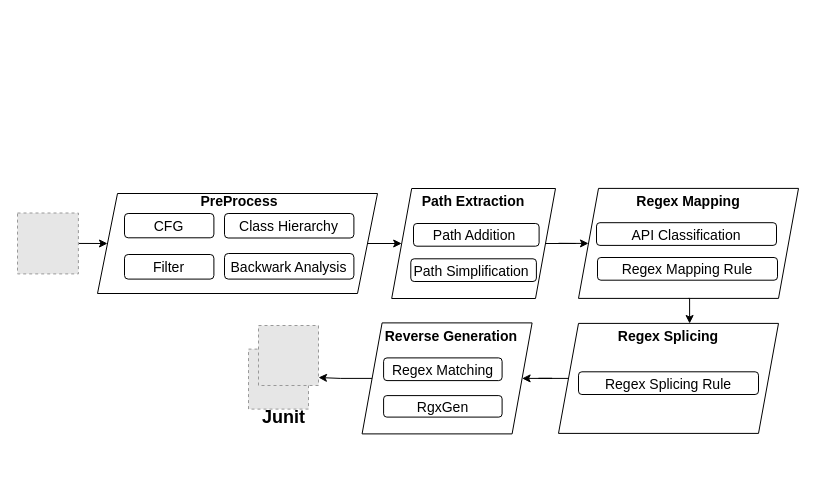
Earlier version of the draw.io diagram page "Page-2" (2 of 2) of JusStr.drawio (suoyi123wang/draw.io). Source tidied: cells renumbered, new cells numbered last; positions are measured from the earlier drawing's top-left corner, leaving out a move shared by most shapes. Both pictures are drawn from the tidied source at 100%, with x=0, y=0 at pixel (17, 188). Pictures stored in the file or linked from it are replaced by grey dashed boxes.
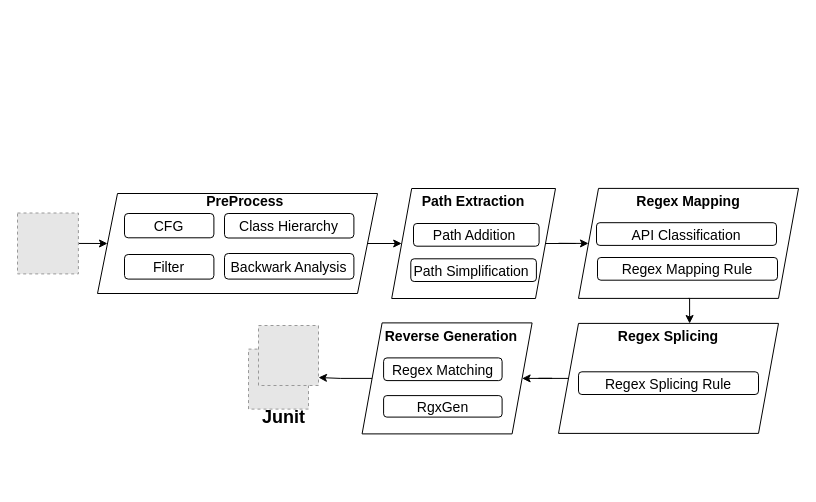
The same diagram, later.

The change refers to these unchanged cells:
```xml
<mxCell id="20" style="group;" parent="1" vertex="1">
  <mxGeometry x="87" y="2" width="280" height="259.6" as="geometry" />
</mxCell>
```

The edit, as a diff of the source:
```diff
@@
-    <mxCell id="25" value="&lt;font&gt;&lt;font style=&quot;font-size: 14px&quot;&gt;&lt;b&gt;&lt;font&gt;&lt;br&gt;&lt;br&gt;&lt;br&gt;&amp;nbsp;&lt;br&gt;&lt;br&gt;&amp;nbsp; &lt;br&gt;&amp;nbsp;&lt;br&gt;&lt;br&gt;&amp;nbsp;PreProcess&lt;br&gt;&lt;br&gt;&lt;br&gt;&lt;br&gt;&lt;br&gt;&lt;br&gt;&lt;br&gt;&lt;br&gt;&lt;/font&gt;&lt;/b&gt;&lt;br&gt;&lt;br&gt;&lt;br&gt;&lt;br&gt;&lt;/font&gt;&lt;br&gt;&lt;/font&gt;" style="shape=parallelogram;perimeter=parallelogramPerimeter;whiteSpace=wrap;html=1;fixedSize=1;fontSize=18;fillColor=none;" parent="20" vertex="1">
+    <mxCell id="25" value="&lt;font&gt;&lt;font style=&quot;font-size: 14px&quot;&gt;&lt;b&gt;&lt;font&gt;&lt;br&gt;&lt;br&gt;&lt;br&gt;&amp;nbsp;&lt;br&gt;&lt;br&gt;&amp;nbsp; &lt;br&gt;&amp;nbsp;&lt;br&gt;&lt;br&gt;&amp;nbsp; &amp;nbsp; PreProcess&lt;br&gt;&lt;br&gt;&lt;br&gt;&lt;br&gt;&lt;br&gt;&lt;br&gt;&lt;br&gt;&lt;br&gt;&lt;/font&gt;&lt;/b&gt;&lt;br&gt;&lt;br&gt;&lt;br&gt;&lt;br&gt;&lt;/font&gt;&lt;br&gt;&lt;/font&gt;" style="shape=parallelogram;perimeter=parallelogramPerimeter;whiteSpace=wrap;html=1;fixedSize=1;fontSize=18;fillColor=none;" parent="20" vertex="1">
       <mxGeometry x="-7" y="3" width="280" height="100" as="geometry" />
     </mxCell>
```
